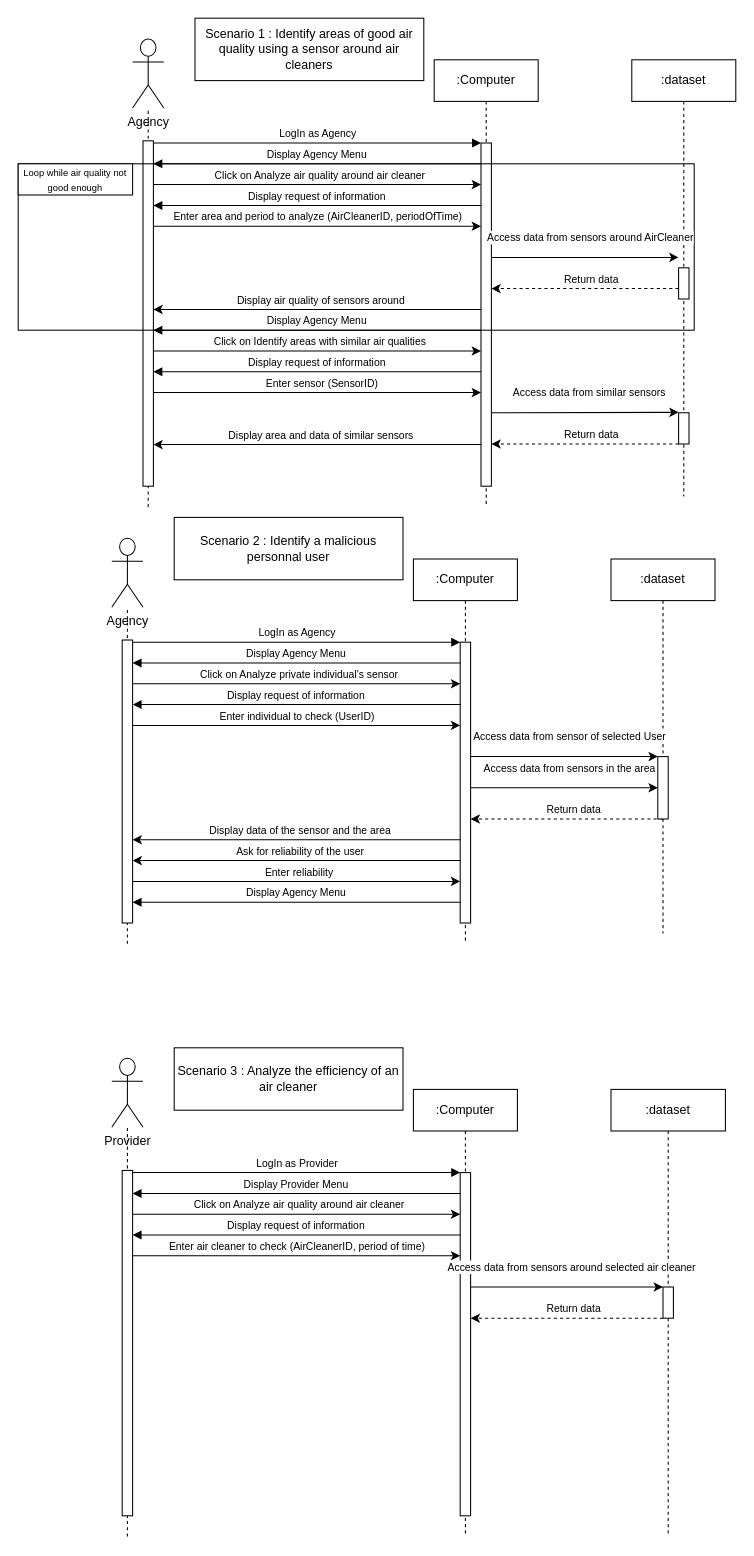
Earlier version of the draw.io diagram Diagramme sans nom.drawio (Florian-LeVasseur/UML). Source tidied: cells renumbered, new cells numbered last; positions are measured from the earlier drawing's top-left corner, leaving out a move shared by most shapes. Both pictures are drawn from the tidied source at 104%, with x=0, y=0 at pixel (18, 18).
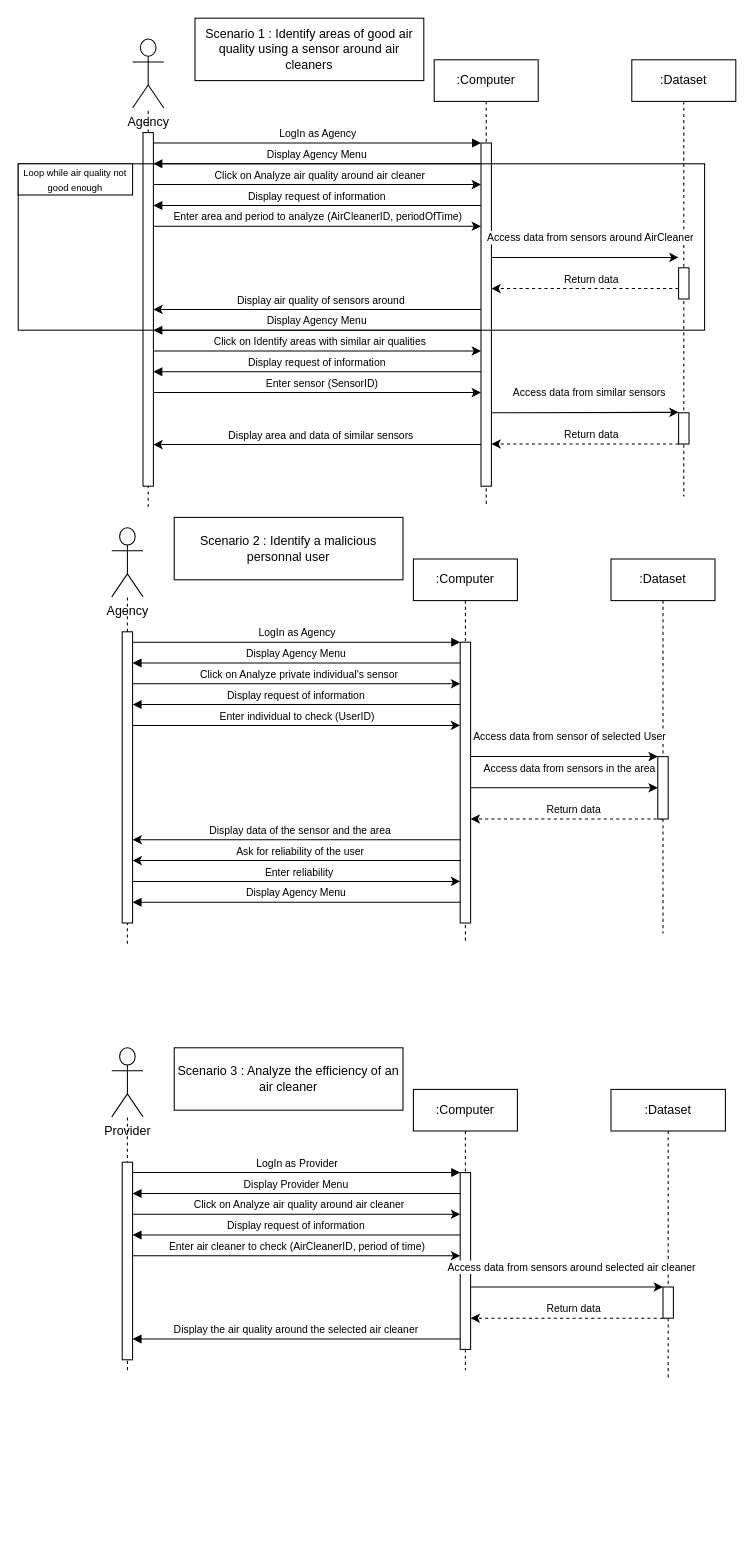
The same page after the edit.

Commit message:
Mettre à jour Diagramme sans nom.drawio

Unchanged cells that the change refers to:
```xml
<mxCell id="44" style="group;" parent="1" vertex="1">
  <mxGeometry x="90" y="480" width="540" height="480" as="geometry" />
</mxCell>
<mxCell id="70" style="group;" parent="1" vertex="1">
  <mxGeometry x="90" y="990" width="540" height="450" as="geometry" />
</mxCell>
```

What changed in the source:
```diff
@@
     <mxCell id="7" style="group;" parent="1" vertex="1">
-      <mxGeometry x="110" width="540" height="450" as="geometry" />
+      <mxGeometry x="110" width="550" height="450" as="geometry" />
     </mxCell>
@@
     <mxCell id="9" style="html=1;points=[];perimeter=orthogonalPerimeter;outlineConnect=0;targetShapes=umlLifeline;portConstraint=eastwest;newEdgeStyle={&quot;edgeStyle&quot;:&quot;elbowEdgeStyle&quot;,&quot;elbow&quot;:&quot;vertical&quot;,&quot;curved&quot;:0,&quot;rounded&quot;:0};" parent="7" vertex="1">
-      <mxGeometry x="10" y="117.9" width="10" height="332.1" as="geometry" />
+      <mxGeometry x="10" y="110" width="10" height="340" as="geometry" />
     </mxCell>
     <mxCell id="10" style="rounded=0;whiteSpace=wrap;html=1;fillColor=none;" parent="7" vertex="1">
-      <mxGeometry x="-110" y="140" width="650" height="160" as="geometry" />
+      <mxGeometry x="-110" y="140" width="660" height="160" as="geometry" />
     </mxCell>
@@
-    <mxCell id="20" value="&lt;div&gt;:dataset&lt;/div&gt;" style="shape=umlLifeline;perimeter=lifelinePerimeter;whiteSpace=wrap;html=1;newEdgeStyle={&quot;edgeStyle&quot;:&quot;elbowEdgeStyle&quot;,&quot;elbow&quot;:&quot;vertical&quot;,&quot;curved&quot;:0,&quot;rounded&quot;:0};" parent="1" vertex="1">
+    <mxCell id="20" value="&lt;div&gt;:Dataset&lt;/div&gt;" style="shape=umlLifeline;perimeter=lifelinePerimeter;whiteSpace=wrap;html=1;newEdgeStyle={&quot;edgeStyle&quot;:&quot;elbowEdgeStyle&quot;,&quot;elbow&quot;:&quot;vertical&quot;,&quot;curved&quot;:0,&quot;rounded&quot;:0};" parent="1" vertex="1">
       <mxGeometry x="590" y="40" width="100" height="420" as="geometry" />
     </mxCell>
@@
     <mxCell id="45" value="&lt;div&gt;Agency&lt;/div&gt;&lt;div&gt;&lt;br&gt;&lt;/div&gt;" style="shape=umlActor;verticalLabelPosition=bottom;verticalAlign=top;html=1;outlineConnect=0;" parent="44" vertex="1">
-      <mxGeometry y="20" width="30" height="66.4" as="geometry" />
+      <mxGeometry y="10" width="30" height="66.4" as="geometry" />
     </mxCell>
     <mxCell id="46" style="html=1;points=[];perimeter=orthogonalPerimeter;outlineConnect=0;targetShapes=umlLifeline;portConstraint=eastwest;newEdgeStyle={&quot;edgeStyle&quot;:&quot;elbowEdgeStyle&quot;,&quot;elbow&quot;:&quot;vertical&quot;,&quot;curved&quot;:0,&quot;rounded&quot;:0};" parent="44" vertex="1">
-      <mxGeometry x="10" y="117.9" width="10" height="272.1" as="geometry" />
+      <mxGeometry x="10" y="110" width="10" height="280" as="geometry" />
     </mxCell>
@@
-    <mxCell id="60" value="&lt;div&gt;:dataset&lt;/div&gt;" style="shape=umlLifeline;perimeter=lifelinePerimeter;whiteSpace=wrap;html=1;newEdgeStyle={&quot;edgeStyle&quot;:&quot;elbowEdgeStyle&quot;,&quot;elbow&quot;:&quot;vertical&quot;,&quot;curved&quot;:0,&quot;rounded&quot;:0};size=40;" parent="1" vertex="1">
+    <mxCell id="60" value="&lt;div&gt;:Dataset&lt;/div&gt;" style="shape=umlLifeline;perimeter=lifelinePerimeter;whiteSpace=wrap;html=1;newEdgeStyle={&quot;edgeStyle&quot;:&quot;elbowEdgeStyle&quot;,&quot;elbow&quot;:&quot;vertical&quot;,&quot;curved&quot;:0,&quot;rounded&quot;:0};size=40;" parent="1" vertex="1">
       <mxGeometry x="570" y="520" width="100" height="360" as="geometry" />
     </mxCell>
@@
     <mxCell id="65" value="&lt;div&gt;:Computer&lt;/div&gt;" style="shape=umlLifeline;perimeter=lifelinePerimeter;whiteSpace=wrap;html=1;newEdgeStyle={&quot;edgeStyle&quot;:&quot;elbowEdgeStyle&quot;,&quot;elbow&quot;:&quot;vertical&quot;,&quot;curved&quot;:0,&quot;rounded&quot;:0};" parent="1" vertex="1">
-      <mxGeometry x="380" y="1030" width="100" height="430" as="geometry" />
+      <mxGeometry x="380" y="1030" width="100" height="270" as="geometry" />
     </mxCell>
     <mxCell id="66" style="html=1;points=[];perimeter=orthogonalPerimeter;outlineConnect=0;targetShapes=umlLifeline;portConstraint=eastwest;newEdgeStyle={&quot;edgeStyle&quot;:&quot;elbowEdgeStyle&quot;,&quot;elbow&quot;:&quot;vertical&quot;,&quot;curved&quot;:0,&quot;rounded&quot;:0};" parent="65" vertex="1">
-      <mxGeometry x="45" y="80" width="10" height="330" as="geometry" />
+      <mxGeometry x="45" y="80" width="10" height="170" as="geometry" />
     </mxCell>
@@
     <mxCell id="69" style="endArrow=none;dashed=1;html=1;rounded=0;" parent="1" edge="1" target="71">
       <mxGeometry relative="1" as="geometry">
-        <mxPoint x="105" y="1460" as="sourcePoint" />
+        <mxPoint x="105" y="1300" as="sourcePoint" />
       </mxGeometry>
     </mxCell>
@@
     <mxCell id="71" value="&lt;div&gt;Provider&lt;/div&gt;&lt;div&gt;&lt;br&gt;&lt;/div&gt;" style="shape=umlActor;verticalLabelPosition=bottom;verticalAlign=top;html=1;outlineConnect=0;" parent="70" vertex="1">
-      <mxGeometry y="10" width="30" height="66.4" as="geometry" />
+      <mxGeometry width="30" height="66.4" as="geometry" />
     </mxCell>
     <mxCell id="72" style="html=1;points=[];perimeter=orthogonalPerimeter;outlineConnect=0;targetShapes=umlLifeline;portConstraint=eastwest;newEdgeStyle={&quot;edgeStyle&quot;:&quot;elbowEdgeStyle&quot;,&quot;elbow&quot;:&quot;vertical&quot;,&quot;curved&quot;:0,&quot;rounded&quot;:0};" parent="70" vertex="1">
-      <mxGeometry x="10" y="117.9" width="10" height="332.1" as="geometry" />
+      <mxGeometry x="10" y="110" width="10" height="190" as="geometry" />
     </mxCell>
+    <mxCell id="88" value="&lt;font style=&quot;font-size: 10px;&quot;&gt;Display the air quality around the selected air cleaner&lt;br&gt;&lt;/font&gt;" style="html=1;verticalAlign=bottom;endArrow=block;edgeStyle=elbowEdgeStyle;elbow=vertical;curved=0;rounded=0;" parent="70" edge="1">
+      <mxGeometry relative="1" as="geometry">
+        <mxPoint x="335" y="280" as="sourcePoint" />
+        <mxPoint x="20" y="280" as="targetPoint" />
+        <Array as="points">
+          <mxPoint x="130" y="280" />
+          <mxPoint x="260" y="300" />
+        </Array>
+      </mxGeometry>
+    </mxCell>
@@
-    <mxCell id="78" value="&lt;div&gt;:dataset&lt;/div&gt;" style="shape=umlLifeline;perimeter=lifelinePerimeter;whiteSpace=wrap;html=1;newEdgeStyle={&quot;edgeStyle&quot;:&quot;elbowEdgeStyle&quot;,&quot;elbow&quot;:&quot;vertical&quot;,&quot;curved&quot;:0,&quot;rounded&quot;:0};" parent="1" vertex="1">
-      <mxGeometry x="570" y="1030" width="110" height="430" as="geometry" />
+    <mxCell id="78" value="&lt;div&gt;:Dataset&lt;/div&gt;" style="shape=umlLifeline;perimeter=lifelinePerimeter;whiteSpace=wrap;html=1;newEdgeStyle={&quot;edgeStyle&quot;:&quot;elbowEdgeStyle&quot;,&quot;elbow&quot;:&quot;vertical&quot;,&quot;curved&quot;:0,&quot;rounded&quot;:0};" parent="1" vertex="1">
+      <mxGeometry x="570" y="1030" width="110" height="280" as="geometry" />
     </mxCell>
```
